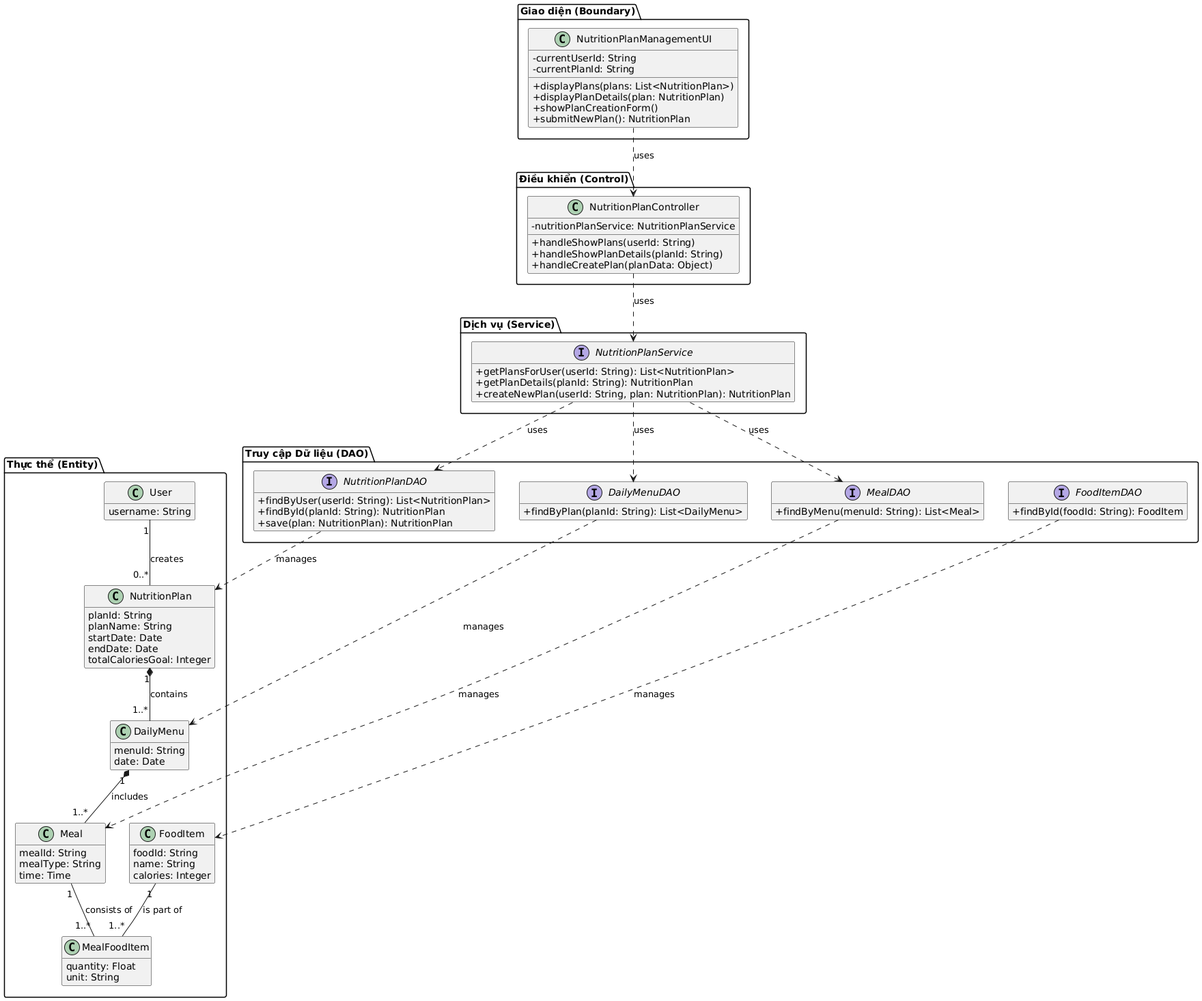
The PlantUML diagram Design/Static/UmlPictures/DesignClassDiagram_NutritionPlan.png in LQTam787/Thesis, before a commit.
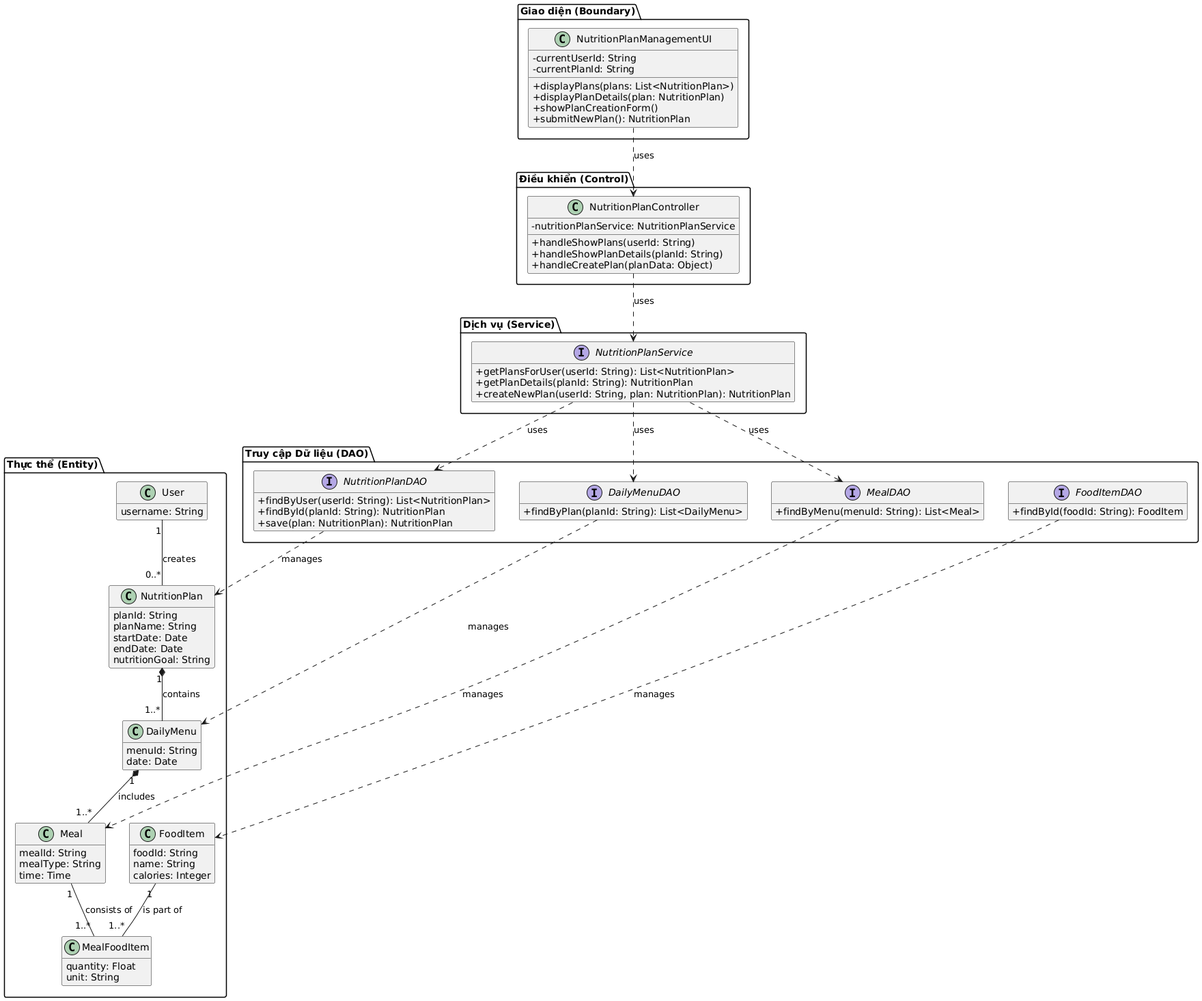
After the change.

The edit, as a diff of the source:
```diff
@@ -57,7 +57,7 @@
       planName: String
       startDate: Date
       endDate: Date
-      totalCaloriesGoal: Integer
+      nutritionGoal: String
     }
 
     class DailyMenu {
```
